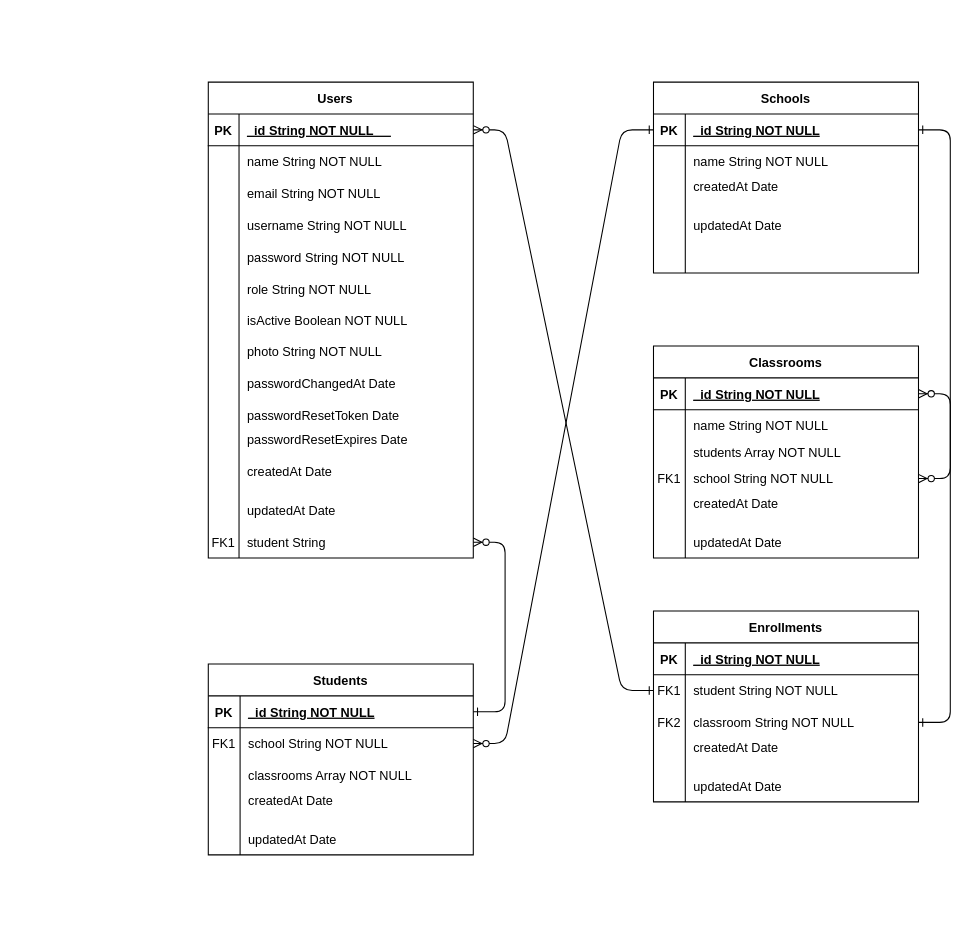
ahmedmaherdev/axion keeps this draw.io diagram as daigram/axion daigram.drawio. Above is the earlier version. Source tidied: cells renumbered, new cells numbered last; positions are measured from the earlier drawing's top-left corner, leaving out a move shared by most shapes. Both pictures are drawn from the tidied source at 106%, with x=0, y=0 at pixel (208, 82).
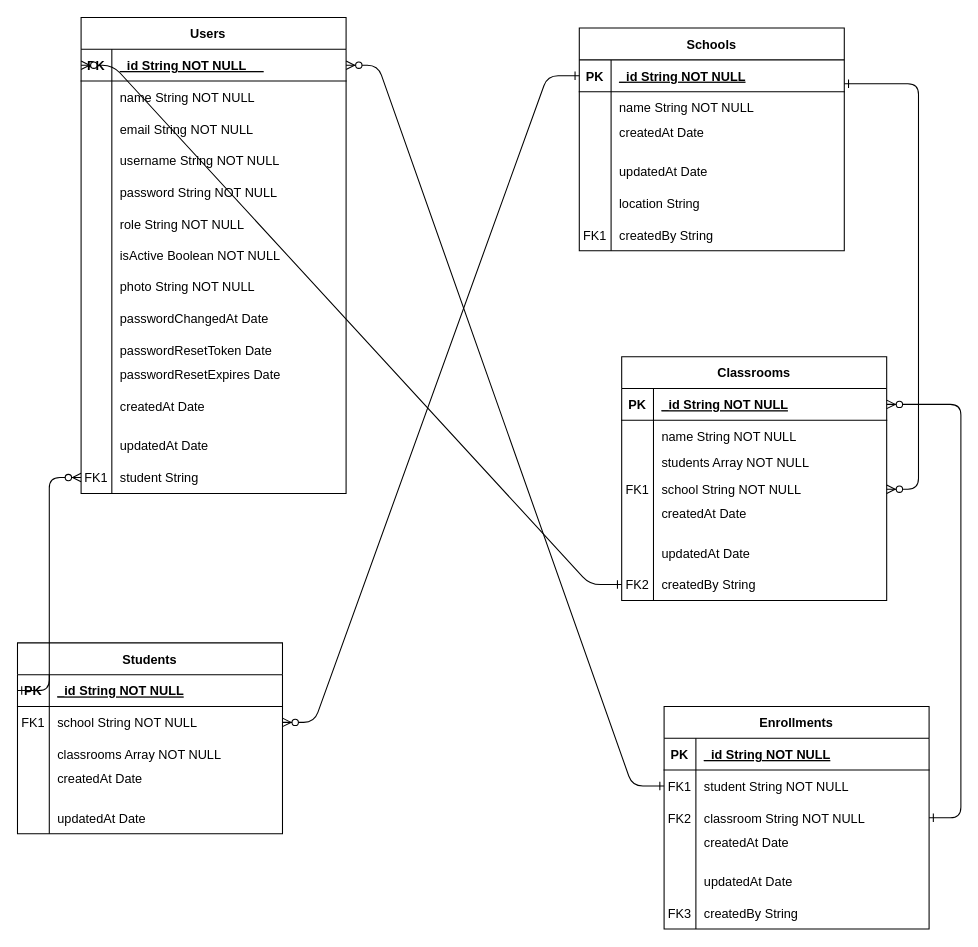
Above is the later version.

Unchanged cells that the change refers to:
```xml
<mxCell id="4" style="shape=partialRectangle;fillColor=none;points=[[0,0.5],[1,0.5]];portConstraint=eastwest;top=0;left=0;right=0;bottom=1;" parent="3" vertex="1">
  <mxGeometry y="30" width="250" height="30" as="geometry" />
</mxCell>
<mxCell id="43" style="shape=partialRectangle;fillColor=none;points=[[0,0.5],[1,0.5]];portConstraint=eastwest;top=0;left=0;right=0;bottom=0;" parent="3" vertex="1">
  <mxGeometry y="419" width="250" height="30" as="geometry" />
</mxCell>
<mxCell id="47" style="shape=partialRectangle;fillColor=none;points=[[0,0.5],[1,0.5]];portConstraint=eastwest;top=0;left=0;right=0;bottom=1;" parent="46" vertex="1">
  <mxGeometry y="30" width="250" height="30" as="geometry" />
</mxCell>
<mxCell id="76" style="shape=partialRectangle;fillColor=none;top=0;left=0;right=0;bottom=0;" parent="63" vertex="1">
  <mxGeometry y="150" width="250" height="30" as="geometry" />
</mxCell>
```

Change to the diagram source:
```diff
@@
     <mxCell id="3" value="Users   " style="shape=table;startSize=30;childLayout=tableLayout;rowLines=0;fontStyle=1;align=center;" parent="1" vertex="1">
-      <mxGeometry width="250" height="449" as="geometry" />
+      <mxGeometry x="-120" y="-61" width="250" height="449" as="geometry" />
     </mxCell>
@@
     <mxCell id="46" value="Students" style="shape=table;startSize=30;childLayout=tableLayout;rowLines=0;fontStyle=1;align=center;" parent="1" vertex="1">
-      <mxGeometry y="549" width="250" height="180" as="geometry" />
+      <mxGeometry x="-180" y="529" width="250" height="180" as="geometry" />
     </mxCell>
@@
-    <mxCell id="62" style="edgeStyle=entityRelationEdgeStyle;endArrow=ERzeroToMany;startArrow=ERone;endFill=1;startFill=0;entryX=1;entryY=0.5;entryDx=0;entryDy=0;exitX=1;exitY=0.25;exitDx=0;exitDy=0;" parent="1" edge="1" source="46" target="43">
+    <mxCell id="62" style="edgeStyle=entityRelationEdgeStyle;endArrow=ERzeroToMany;startArrow=ERone;endFill=1;startFill=0;entryX=0;entryY=0.5;entryDx=0;entryDy=0;exitX=0;exitY=0.5;exitDx=0;exitDy=0;" parent="1" edge="1" source="47" target="43">
       <mxGeometry relative="1" as="geometry" />
     </mxCell>
     <mxCell id="63" value="Schools" style="shape=table;startSize=30;childLayout=tableLayout;rowLines=0;fontStyle=1;align=center;" parent="1" vertex="1">
-      <mxGeometry x="420" width="250" height="180" as="geometry" />
+      <mxGeometry x="350" y="-51" width="250" height="210" as="geometry" />
     </mxCell>
@@
-    <mxCell id="78" style="shape=partialRectangle;overflow=hidden;fillColor=none;top=0;left=0;bottom=0;right=0;align=left;spacingLeft=6;" parent="76" vertex="1">
+    <mxCell id="78" value="location String" style="shape=partialRectangle;overflow=hidden;fillColor=none;top=0;left=0;bottom=0;right=0;align=left;spacingLeft=6;" parent="76" vertex="1">
       <mxGeometry x="30" width="220" height="30" as="geometry" />
     </mxCell>
+    <mxCell id="117" style="shape=partialRectangle;fillColor=none;top=0;left=0;right=0;bottom=0;" parent="63" vertex="1">
+      <mxGeometry y="180" width="250" height="30" as="geometry" />
+    </mxCell>
+    <mxCell id="118" value="FK1" style="shape=partialRectangle;overflow=hidden;fillColor=none;top=0;left=0;bottom=0;right=0;" parent="117" vertex="1">
+      <mxGeometry width="30" height="30" as="geometry" />
+    </mxCell>
+    <mxCell id="119" value="createdBy String" style="shape=partialRectangle;overflow=hidden;fillColor=none;top=0;left=0;bottom=0;right=0;align=left;spacingLeft=6;" parent="117" vertex="1">
+      <mxGeometry x="30" width="220" height="30" as="geometry" />
+    </mxCell>
     <mxCell id="79" value="Classrooms" style="shape=table;startSize=30;childLayout=tableLayout;rowLines=0;fontStyle=1;align=center;" parent="1" vertex="1">
-      <mxGeometry x="420" y="249" width="250" height="200" as="geometry" />
+      <mxGeometry x="390" y="259" width="250" height="230" as="geometry" />
     </mxCell>
@@
+    <mxCell id="120" style="shape=partialRectangle;fillColor=none;points=[[0,0.5],[1,0.5]];portConstraint=eastwest;top=0;left=0;right=0;bottom=0;" parent="79" vertex="1">
+      <mxGeometry y="200" width="250" height="30" as="geometry" />
+    </mxCell>
+    <mxCell id="121" value="FK2" style="shape=partialRectangle;overflow=hidden;fillColor=none;top=0;left=0;bottom=0;right=0;" parent="120" vertex="1">
+      <mxGeometry width="30" height="30" as="geometry" />
+    </mxCell>
+    <mxCell id="122" value="createdBy String" style="shape=partialRectangle;overflow=hidden;fillColor=none;top=0;left=0;bottom=0;right=0;align=left;spacingLeft=6;" parent="120" vertex="1">
+      <mxGeometry x="30" width="220" height="30" as="geometry" />
+    </mxCell>
     <mxCell id="98" value="Enrollments" style="shape=table;startSize=30;childLayout=tableLayout;rowLines=0;fontStyle=1;align=center;" parent="1" vertex="1">
-      <mxGeometry x="420" y="499" width="250" height="180" as="geometry" />
+      <mxGeometry x="430" y="589" width="250" height="210" as="geometry" />
     </mxCell>
@@
+    <mxCell id="123" style="shape=partialRectangle;fillColor=none;top=0;left=0;right=0;bottom=0;" parent="98" vertex="1">
+      <mxGeometry y="180" width="250" height="30" as="geometry" />
+    </mxCell>
+    <mxCell id="124" value="FK3" style="shape=partialRectangle;overflow=hidden;fillColor=none;top=0;left=0;bottom=0;right=0;" parent="123" vertex="1">
+      <mxGeometry width="30" height="30" as="geometry" />
+    </mxCell>
+    <mxCell id="125" value="createdBy String" style="shape=partialRectangle;overflow=hidden;fillColor=none;top=0;left=0;bottom=0;right=0;align=left;spacingLeft=6;" parent="123" vertex="1">
+      <mxGeometry x="30" width="220" height="30" as="geometry" />
+    </mxCell>
@@
+    <mxCell id="126" style="edgeStyle=entityRelationEdgeStyle;endArrow=ERzeroToMany;startArrow=ERone;endFill=1;startFill=0;exitX=0;exitY=0.5;exitDx=0;exitDy=0;entryX=0;entryY=0.5;entryDx=0;entryDy=0;" parent="1" edge="1" source="120" target="4">
+      <mxGeometry relative="1" as="geometry">
+        <Array as="points">
+          <mxPoint x="60" y="-11" />
+        </Array>
+      </mxGeometry>
+    </mxCell>
```
